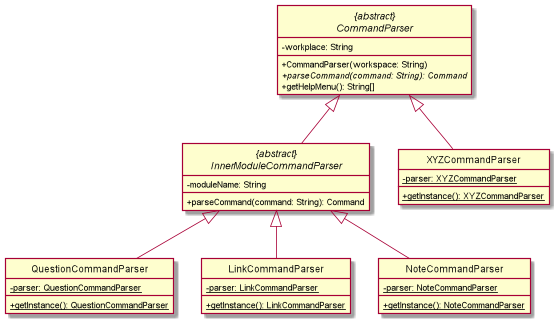
nus-cs2113-AY2122S1/tp keeps this PlantUML diagram as docs/attachments/ParserDetailedClassDiagram.png. Above is the earlier version. Its diagram source:
```plantuml
@startuml

skinparam classAttributeIconSize 0
hide circle

!includesub ParserClassDiagram.puml!COMMANDPARSER

abstract class "{abstract}\nInnerModuleCommandParser" as InnerModuleCommandParser extends CommandParser {
-moduleName: String
+parseCommand(command: String): Command
 }

class QuestionCommandParser extends InnerModuleCommandParser {
- {static} parser: QuestionCommandParser
+{static}getInstance(): QuestionCommandParser
}
class LinkCommandParser extends InnerModuleCommandParser {
- {static} parser: LinkCommandParser
+{static}getInstance(): LinkCommandParser
}
class NoteCommandParser extends InnerModuleCommandParser {
- {static} parser: NoteCommandParser
+{static}getInstance(): NoteCommandParser
}
class XYZCommandParser extends CommandParser {
- {static} parser: XYZCommandParser
+{static}getInstance(): XYZCommandParser
}
@enduml
```
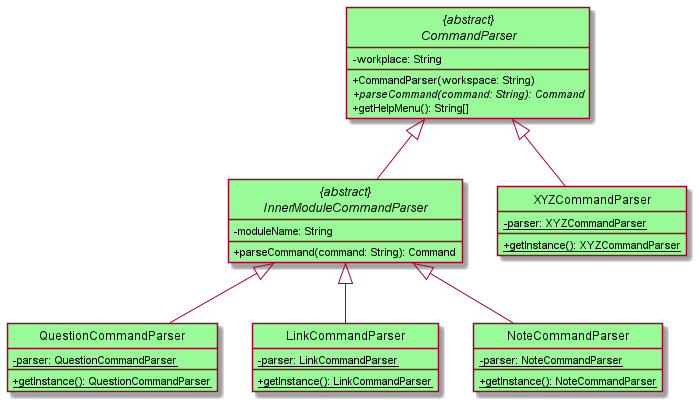
After the commit.

What changed in the source:
```diff
@@ -1,28 +1,26 @@
 @startuml
-
-skinparam classAttributeIconSize 0
-hide circle
+!include ClassStyle.puml
 
 !includesub ParserClassDiagram.puml!COMMANDPARSER
 
-abstract class "{abstract}\nInnerModuleCommandParser" as InnerModuleCommandParser extends CommandParser {
+abstract class "{abstract}\nInnerModuleCommandParser" as InnerModuleCommandParser PARSER_COLOR extends CommandParser {
 -moduleName: String
 +parseCommand(command: String): Command
  }
 
-class QuestionCommandParser extends InnerModuleCommandParser {
+class QuestionCommandParser PARSER_COLOR extends InnerModuleCommandParser {
 - {static} parser: QuestionCommandParser
 +{static}getInstance(): QuestionCommandParser
 }
-class LinkCommandParser extends InnerModuleCommandParser {
+class LinkCommandParser PARSER_COLOR extends InnerModuleCommandParser {
 - {static} parser: LinkCommandParser
 +{static}getInstance(): LinkCommandParser
 }
-class NoteCommandParser extends InnerModuleCommandParser {
+class NoteCommandParser PARSER_COLOR extends InnerModuleCommandParser {
 - {static} parser: NoteCommandParser
 +{static}getInstance(): NoteCommandParser
 }
-class XYZCommandParser extends CommandParser {
+class XYZCommandParser PARSER_COLOR extends CommandParser {
 - {static} parser: XYZCommandParser
 +{static}getInstance(): XYZCommandParser
 }
```
